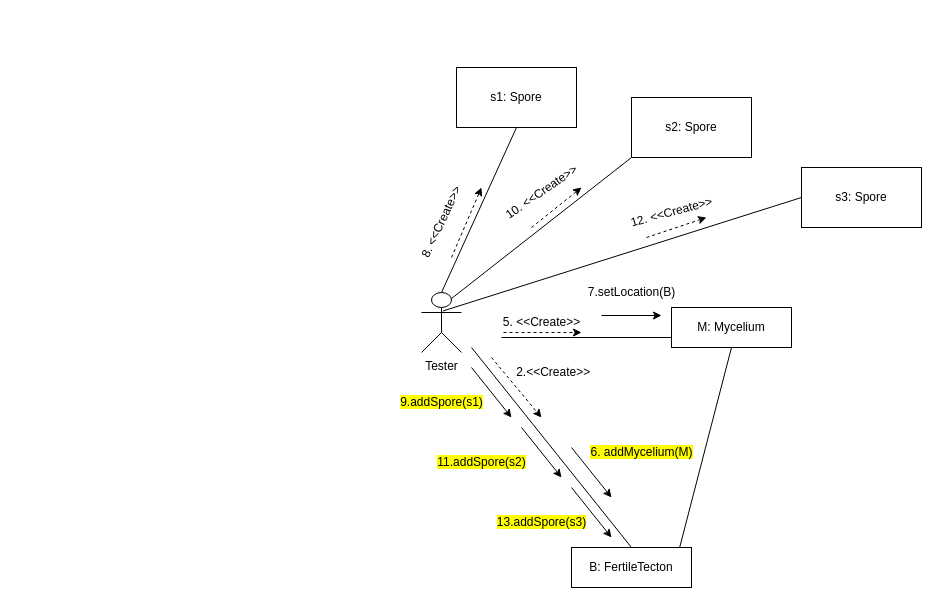
koharzsombor/bandITs keeps this draw.io diagram as page "MBGrowKomm" (10 of 24) of BJ komm. és szekv. diagrammok.drawio. Above is the earlier version. Source tidied: cells renumbered, new cells numbered last; positions are measured from the earlier drawing's top-left corner, leaving out a move shared by most shapes. Both pictures are drawn from the tidied source at 100%, with x=0, y=0 at pixel (386, 67).
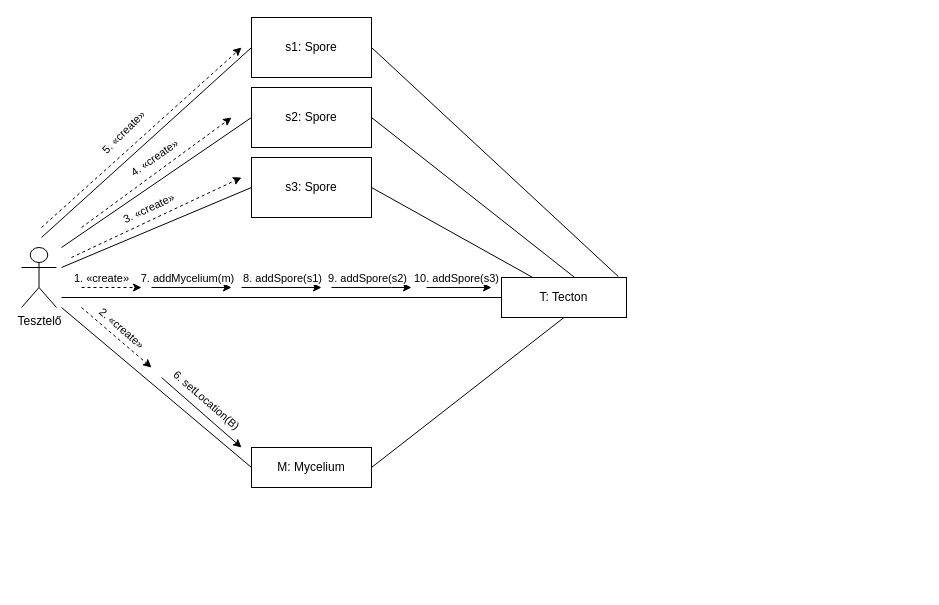
The same diagram, later.

Commit message (it also covers changes not shown here):
Szekvencia diagrammok actual legfrissebb; Komm és Szekv. diagrammok "kibővitve"

What changed in the source:
```diff
@@
-    <mxCell id="2" value="B: Fertile&lt;span style=&quot;background-color: transparent; color: light-dark(rgb(0, 0, 0), rgb(255, 255, 255));&quot;&gt;Tecton&lt;/span&gt;" style="html=1;whiteSpace=wrap;" parent="1" vertex="1">
-      <mxGeometry x="185" y="480" width="120" height="40" as="geometry" />
-    </mxCell>
+    <mxCell id="34" value="T: Tecton" style="html=1;whiteSpace=wrap;" parent="1" vertex="1">
+      <mxGeometry x="115" y="210" width="125" height="40" as="geometry" />
+    </mxCell>
     <mxCell id="3" value="M: Mycelium" style="html=1;whiteSpace=wrap;" parent="1" vertex="1">
-      <mxGeometry x="285" y="240" width="120" height="40" as="geometry" />
+      <mxGeometry x="-135" y="380" width="120" height="40" as="geometry" />
     </mxCell>
-    <mxCell id="4" style="endArrow=none;html=1;rounded=0;entryX=0.75;entryY=1;entryDx=0;entryDy=0;exitX=0.5;exitY=0;exitDx=0;exitDy=0;" parent="1" edge="1" source="2">
-      <mxGeometry relative="1" as="geometry">
-        <mxPoint x="85" y="280" as="targetPoint" />
-      </mxGeometry>
-    </mxCell>
-    <mxCell id="5" style="endArrow=none;html=1;rounded=0;entryX=1;entryY=0.75;entryDx=0;entryDy=0;exitX=0;exitY=0.75;exitDx=0;exitDy=0;" parent="1" edge="1" source="3">
-      <mxGeometry relative="1" as="geometry">
-        <mxPoint x="115" y="270" as="targetPoint" />
-      </mxGeometry>
-    </mxCell>
-    <mxCell id="6" style="endArrow=classic;html=1;rounded=0;dashed=1;" parent="1" edge="1">
-      <mxGeometry relative="1" as="geometry">
-        <mxPoint x="105" y="290" as="sourcePoint" />
-        <mxPoint x="155" y="350" as="targetPoint" />
-      </mxGeometry>
-    </mxCell>
-    <mxCell id="7" value="&amp;nbsp;2.&amp;lt;&amp;lt;Create&amp;gt;&amp;gt;" style="text;html=1;align=center;verticalAlign=middle;strokeColor=none;fillColor=none;" parent="1" vertex="1">
-      <mxGeometry x="115" y="290" width="100" height="30" as="geometry" />
-    </mxCell>
-    <mxCell id="8" style="endArrow=classic;html=1;rounded=0;dashed=1;" parent="1" edge="1">
-      <mxGeometry relative="1" as="geometry">
-        <mxPoint x="117" y="265" as="sourcePoint" />
-        <mxPoint x="195" y="265" as="targetPoint" />
-      </mxGeometry>
-    </mxCell>
-    <mxCell id="9" value="5. &amp;lt;&amp;lt;Create&amp;gt;&amp;gt;" style="text;html=1;align=center;verticalAlign=middle;strokeColor=none;fillColor=none;" parent="1" vertex="1">
-      <mxGeometry x="105" y="240" width="100" height="30" as="geometry" />
-    </mxCell>
-    <mxCell id="10" style="endArrow=none;html=1;rounded=0;exitX=0.901;exitY=0.002;exitDx=0;exitDy=0;entryX=0.5;entryY=1;entryDx=0;entryDy=0;exitPerimeter=0;" parent="1" edge="1" source="2" target="3">
-      <mxGeometry relative="1" as="geometry" />
-    </mxCell>
-    <mxCell id="11" style="endArrow=classic;html=1;rounded=0;" parent="1" edge="1">
-      <mxGeometry relative="1" as="geometry">
-        <mxPoint x="185" y="380" as="sourcePoint" />
-        <mxPoint x="225" y="430" as="targetPoint" />
-      </mxGeometry>
-    </mxCell>
-    <mxCell id="12" value="&lt;span style=&quot;background-color: light-dark(rgb(255, 255, 0), rgb(237, 237, 237));&quot;&gt;6. addMycelium(M)&lt;/span&gt;" style="text;html=1;align=center;verticalAlign=middle;strokeColor=none;fillColor=none;" parent="1" vertex="1">
-      <mxGeometry x="190" y="370" width="130" height="30" as="geometry" />
-    </mxCell>
-    <mxCell id="13" style="endArrow=classic;html=1;rounded=0;" parent="1" edge="1">
-      <mxGeometry relative="1" as="geometry">
-        <mxPoint x="215" y="248" as="sourcePoint" />
-        <mxPoint x="275" y="248" as="targetPoint" />
-      </mxGeometry>
-    </mxCell>
-    <mxCell id="14" value="7.setLocation(B)" style="text;html=1;align=center;verticalAlign=middle;strokeColor=none;fillColor=none;" parent="1" vertex="1">
-      <mxGeometry x="190" y="210" width="110" height="30" as="geometry" />
-    </mxCell>
-    <mxCell id="15" value="Tester" style="shape=umlActor;verticalLabelPosition=bottom;verticalAlign=top;html=1;" parent="1" vertex="1">
-      <mxGeometry x="35" y="225" width="40" height="60" as="geometry" />
-    </mxCell>
+    <mxCell id="35" style="endArrow=none;html=1;rounded=0;" parent="1" edge="1" source="34">
+      <mxGeometry relative="1" as="geometry">
+        <mxPoint x="-325" y="230" as="targetPoint" />
+      </mxGeometry>
+    </mxCell>
+    <mxCell id="36" style="endArrow=none;html=1;rounded=0;exitX=0;exitY=0.5;exitDx=0;exitDy=0;" parent="1" edge="1" source="3">
+      <mxGeometry relative="1" as="geometry">
+        <mxPoint x="-325" y="240" as="targetPoint" />
+      </mxGeometry>
+    </mxCell>
+    <mxCell id="37" style="endArrow=classic;html=1;rounded=0;dashed=1;" parent="1" edge="1">
+      <mxGeometry relative="1" as="geometry">
+        <mxPoint x="-305" y="220" as="sourcePoint" />
+        <mxPoint x="-245" y="220" as="targetPoint" />
+      </mxGeometry>
+    </mxCell>
+    <mxCell id="38" value="1. «create»" style="edgeLabel;html=1;align=center;verticalAlign=middle;" parent="37" vertex="1">
+      <mxGeometry x="0.44" relative="1" as="geometry">
+        <mxPoint x="-24" y="-10" as="offset" />
+      </mxGeometry>
+    </mxCell>
+    <mxCell id="39" style="endArrow=classic;html=1;rounded=0;dashed=1;" parent="1" edge="1">
+      <mxGeometry relative="1" as="geometry">
+        <mxPoint x="-305" y="240" as="sourcePoint" />
+        <mxPoint x="-235" y="300" as="targetPoint" />
+      </mxGeometry>
+    </mxCell>
+    <mxCell id="40" value="2. «create»" style="edgeLabel;html=1;align=center;verticalAlign=middle;rotation=41;" parent="39" vertex="1">
+      <mxGeometry x="0.27" y="1" relative="1" as="geometry">
+        <mxPoint x="-5" y="-17" as="offset" />
+      </mxGeometry>
+    </mxCell>
+    <mxCell id="41" style="endArrow=none;html=1;rounded=0;entryX=1;entryY=0.5;entryDx=0;entryDy=0;exitX=0.5;exitY=1;exitDx=0;exitDy=0;" parent="1" edge="1" source="34" target="3">
+      <mxGeometry relative="1" as="geometry" />
+    </mxCell>
+    <mxCell id="42" style="endArrow=classic;html=1;rounded=0;" parent="1" edge="1">
+      <mxGeometry relative="1" as="geometry">
+        <mxPoint x="-225" y="310" as="sourcePoint" />
+        <mxPoint x="-145" y="380" as="targetPoint" />
+      </mxGeometry>
+    </mxCell>
+    <mxCell id="43" value="6. setLocation(B)" style="edgeLabel;html=1;align=center;verticalAlign=middle;rotation=41;" parent="42" vertex="1">
+      <mxGeometry x="0.29" y="-1" relative="1" as="geometry">
+        <mxPoint x="-6" y="-24" as="offset" />
+      </mxGeometry>
+    </mxCell>
+    <mxCell id="44" value="Tesztelő" style="shape=umlActor;verticalLabelPosition=bottom;verticalAlign=top;html=1;" parent="1" vertex="1">
+      <mxGeometry x="-365" y="180" width="35" height="60" as="geometry" />
+    </mxCell>
     <mxCell id="16" value="s1: Spore" style="rounded=0;whiteSpace=wrap;html=1;" parent="1" vertex="1">
-      <mxGeometry x="70" width="120" height="60" as="geometry" />
+      <mxGeometry x="-135" y="-50" width="120" height="60" as="geometry" />
     </mxCell>
     <mxCell id="17" value="s2: Spore" style="rounded=0;whiteSpace=wrap;html=1;" parent="1" vertex="1">
-      <mxGeometry x="245" y="30" width="120" height="60" as="geometry" />
+      <mxGeometry x="-135" y="20" width="120" height="60" as="geometry" />
     </mxCell>
     <mxCell id="18" value="s3: Spore" style="rounded=0;whiteSpace=wrap;html=1;" parent="1" vertex="1">
-      <mxGeometry x="415" y="100" width="120" height="60" as="geometry" />
+      <mxGeometry x="-135" y="90" width="120" height="60" as="geometry" />
     </mxCell>
-    <mxCell id="19" style="endArrow=none;html=1;rounded=0;exitX=0.5;exitY=0;exitDx=0;exitDy=0;exitPerimeter=0;entryX=0.5;entryY=1;entryDx=0;entryDy=0;" parent="1" edge="1" source="15" target="16">
-      <mxGeometry relative="1" as="geometry" />
-    </mxCell>
-    <mxCell id="20" style="endArrow=none;html=1;rounded=0;exitX=0.75;exitY=0.1;exitDx=0;exitDy=0;exitPerimeter=0;entryX=0;entryY=1;entryDx=0;entryDy=0;" parent="1" edge="1" source="15" target="17">
-      <mxGeometry relative="1" as="geometry" />
-    </mxCell>
-    <mxCell id="21" style="endArrow=none;html=1;rounded=0;entryX=0;entryY=0.5;entryDx=0;entryDy=0;exitX=0.533;exitY=0.309;exitDx=0;exitDy=0;exitPerimeter=0;" parent="1" edge="1" source="15" target="18">
-      <mxGeometry relative="1" as="geometry" />
-    </mxCell>
-    <mxCell id="22" value="8. &amp;lt;&amp;lt;Create&amp;gt;&amp;gt;" style="text;html=1;align=center;verticalAlign=middle;strokeColor=none;fillColor=none;rotation=-65;" parent="1" vertex="1">
-      <mxGeometry x="5" y="140" width="100" height="30" as="geometry" />
-    </mxCell>
-    <mxCell id="23" value="10. &amp;lt;&amp;lt;Create&amp;gt;&amp;gt;" style="text;html=1;align=center;verticalAlign=middle;strokeColor=none;fillColor=none;rotation=-35;" parent="1" vertex="1">
-      <mxGeometry x="100" y="110" width="110" height="30" as="geometry" />
-    </mxCell>
-    <mxCell id="24" value="12. &amp;lt;&amp;lt;Create&amp;gt;&amp;gt;" style="text;html=1;align=center;verticalAlign=middle;strokeColor=none;fillColor=none;rotation=-15;" parent="1" vertex="1">
-      <mxGeometry x="230" y="130" width="110" height="30" as="geometry" />
-    </mxCell>
-    <mxCell id="25" style="endArrow=classic;html=1;rounded=0;" parent="1" edge="1">
-      <mxGeometry relative="1" as="geometry">
-        <mxPoint x="85" y="300" as="sourcePoint" />
-        <mxPoint x="125" y="350" as="targetPoint" />
-      </mxGeometry>
-    </mxCell>
-    <mxCell id="26" value="&lt;span style=&quot;background-color: light-dark(rgb(255, 255, 0), rgb(237, 237, 237));&quot;&gt;9.addSpore(s1)&lt;/span&gt;" style="text;html=1;align=center;verticalAlign=middle;strokeColor=none;fillColor=none;" parent="1" vertex="1">
-      <mxGeometry y="320" width="110" height="30" as="geometry" />
-    </mxCell>
-    <mxCell id="27" value="&lt;span style=&quot;background-color: light-dark(rgb(255, 255, 0), rgb(237, 237, 237));&quot;&gt;11.addSpore(s2)&lt;/span&gt;" style="text;html=1;align=center;verticalAlign=middle;strokeColor=none;fillColor=none;" parent="1" vertex="1">
-      <mxGeometry x="40" y="380" width="110" height="30" as="geometry" />
-    </mxCell>
-    <mxCell id="28" value="&lt;span style=&quot;background-color: light-dark(rgb(255, 255, 0), rgb(237, 237, 237));&quot;&gt;13.addSpore(s3)&lt;/span&gt;" style="text;html=1;align=center;verticalAlign=middle;strokeColor=none;fillColor=none;" parent="1" vertex="1">
-      <mxGeometry x="100" y="440" width="110" height="30" as="geometry" />
-    </mxCell>
-    <mxCell id="29" style="endArrow=classic;html=1;rounded=0;" parent="1" edge="1">
-      <mxGeometry relative="1" as="geometry">
-        <mxPoint x="135" y="360" as="sourcePoint" />
-        <mxPoint x="175" y="410" as="targetPoint" />
-      </mxGeometry>
-    </mxCell>
-    <mxCell id="30" style="endArrow=classic;html=1;rounded=0;" parent="1" edge="1">
-      <mxGeometry relative="1" as="geometry">
-        <mxPoint x="185" y="420" as="sourcePoint" />
-        <mxPoint x="225" y="470" as="targetPoint" />
-      </mxGeometry>
-    </mxCell>
-    <mxCell id="31" style="endArrow=classic;html=1;rounded=0;dashed=1;" parent="1" edge="1">
-      <mxGeometry relative="1" as="geometry">
-        <mxPoint x="145" y="160" as="sourcePoint" />
-        <mxPoint x="195" y="120" as="targetPoint" />
-      </mxGeometry>
-    </mxCell>
-    <mxCell id="32" style="endArrow=classic;html=1;rounded=0;dashed=1;" parent="1" edge="1">
-      <mxGeometry relative="1" as="geometry">
-        <mxPoint x="260" y="170" as="sourcePoint" />
-        <mxPoint x="320" y="150" as="targetPoint" />
-      </mxGeometry>
-    </mxCell>
-    <mxCell id="33" style="endArrow=classic;html=1;rounded=0;dashed=1;" parent="1" edge="1">
-      <mxGeometry relative="1" as="geometry">
-        <mxPoint x="65" y="190" as="sourcePoint" />
-        <mxPoint x="95" y="120" as="targetPoint" />
-      </mxGeometry>
-    </mxCell>
+    <mxCell id="45" style="endArrow=none;html=1;rounded=0;entryX=0;entryY=0.5;entryDx=0;entryDy=0;" parent="1" edge="1" target="16">
+      <mxGeometry relative="1" as="geometry">
+        <mxPoint x="-345" y="170" as="sourcePoint" />
+      </mxGeometry>
+    </mxCell>
+    <mxCell id="46" style="endArrow=none;html=1;rounded=0;entryX=0;entryY=0.5;entryDx=0;entryDy=0;" parent="1" edge="1" target="17">
+      <mxGeometry relative="1" as="geometry">
+        <mxPoint x="-325" y="180" as="sourcePoint" />
+      </mxGeometry>
+    </mxCell>
+    <mxCell id="47" style="endArrow=none;html=1;rounded=0;entryX=0;entryY=0.5;entryDx=0;entryDy=0;" parent="1" edge="1" target="18">
+      <mxGeometry relative="1" as="geometry">
+        <mxPoint x="-325" y="200" as="sourcePoint" />
+      </mxGeometry>
+    </mxCell>
+    <mxCell id="48" style="endArrow=classic;html=1;rounded=0;" parent="1" edge="1">
+      <mxGeometry relative="1" as="geometry">
+        <mxPoint x="-235" y="220" as="sourcePoint" />
+        <mxPoint x="-155" y="220" as="targetPoint" />
+      </mxGeometry>
+    </mxCell>
+    <mxCell id="49" value="7. addMycelium(m)" style="edgeLabel;html=1;align=center;verticalAlign=middle;" parent="48" vertex="1">
+      <mxGeometry x="-0.17" y="-1" relative="1" as="geometry">
+        <mxPoint x="2" y="-11" as="offset" />
+      </mxGeometry>
+    </mxCell>
+    <mxCell id="50" style="endArrow=classic;html=1;rounded=0;dashed=1;" parent="1" edge="1">
+      <mxGeometry relative="1" as="geometry">
+        <mxPoint x="-315" y="190" as="sourcePoint" />
+        <mxPoint x="-145" y="110" as="targetPoint" />
+      </mxGeometry>
+    </mxCell>
+    <mxCell id="51" value="3. «create»" style="edgeLabel;html=1;align=center;verticalAlign=middle;rotation=-25;" parent="50" vertex="1">
+      <mxGeometry x="0.42" y="-1" relative="1" as="geometry">
+        <mxPoint x="-44" y="6" as="offset" />
+      </mxGeometry>
+    </mxCell>
+    <mxCell id="52" style="endArrow=none;html=1;rounded=0;entryX=0.25;entryY=0;entryDx=0;entryDy=0;exitX=1;exitY=0.5;exitDx=0;exitDy=0;" parent="1" edge="1" source="18" target="34">
+      <mxGeometry relative="1" as="geometry" />
+    </mxCell>
+    <mxCell id="53" style="endArrow=none;html=1;rounded=0;entryX=0.587;entryY=0.003;entryDx=0;entryDy=0;exitX=1;exitY=0.5;exitDx=0;exitDy=0;entryPerimeter=0;" parent="1" edge="1" source="17" target="34">
+      <mxGeometry relative="1" as="geometry" />
+    </mxCell>
+    <mxCell id="54" style="endArrow=none;html=1;rounded=0;entryX=0.935;entryY=-0.022;entryDx=0;entryDy=0;exitX=1;exitY=0.5;exitDx=0;exitDy=0;entryPerimeter=0;" parent="1" edge="1" source="16" target="34">
+      <mxGeometry relative="1" as="geometry" />
+    </mxCell>
+    <mxCell id="55" style="endArrow=classic;html=1;rounded=0;dashed=1;" parent="1" edge="1">
+      <mxGeometry relative="1" as="geometry">
+        <mxPoint x="-305" y="160" as="sourcePoint" />
+        <mxPoint x="-155" y="50" as="targetPoint" />
+      </mxGeometry>
+    </mxCell>
+    <mxCell id="56" value="&lt;div&gt;4. «create»&lt;/div&gt;" style="edgeLabel;html=1;align=center;verticalAlign=middle;rotation=-35;" parent="55" vertex="1">
+      <mxGeometry x="0.42" y="-1" relative="1" as="geometry">
+        <mxPoint x="-35" y="8" as="offset" />
+      </mxGeometry>
+    </mxCell>
+    <mxCell id="57" style="endArrow=classic;html=1;rounded=0;dashed=1;" parent="1" edge="1">
+      <mxGeometry relative="1" as="geometry">
+        <mxPoint x="-345" y="160" as="sourcePoint" />
+        <mxPoint x="-145" y="-20" as="targetPoint" />
+      </mxGeometry>
+    </mxCell>
+    <mxCell id="58" value="&lt;div&gt;5. «create»&lt;/div&gt;" style="edgeLabel;html=1;align=center;verticalAlign=middle;rotation=-45;" parent="57" vertex="1">
+      <mxGeometry x="0.42" y="-1" relative="1" as="geometry">
+        <mxPoint x="-61" y="32" as="offset" />
+      </mxGeometry>
+    </mxCell>
+    <mxCell id="59" style="endArrow=classic;html=1;rounded=0;" parent="1" edge="1">
+      <mxGeometry relative="1" as="geometry">
+        <mxPoint x="-145" y="220" as="sourcePoint" />
+        <mxPoint x="-65" y="220" as="targetPoint" />
+      </mxGeometry>
+    </mxCell>
+    <mxCell id="60" value="8. addSpore(s1)" style="edgeLabel;html=1;align=center;verticalAlign=middle;" parent="59" vertex="1">
+      <mxGeometry x="-0.17" y="-1" relative="1" as="geometry">
+        <mxPoint x="7" y="-11" as="offset" />
+      </mxGeometry>
+    </mxCell>
+    <mxCell id="61" style="endArrow=classic;html=1;rounded=0;" parent="1" edge="1">
+      <mxGeometry relative="1" as="geometry">
+        <mxPoint x="-55" y="220" as="sourcePoint" />
+        <mxPoint x="25" y="220" as="targetPoint" />
+        <Array as="points">
+          <mxPoint x="5" y="220" />
+        </Array>
+      </mxGeometry>
+    </mxCell>
+    <mxCell id="62" value="9. addSpore(s2)" style="edgeLabel;html=1;align=center;verticalAlign=middle;" parent="61" vertex="1">
+      <mxGeometry x="-0.17" y="-1" relative="1" as="geometry">
+        <mxPoint x="2" y="-11" as="offset" />
+      </mxGeometry>
+    </mxCell>
+    <mxCell id="63" style="endArrow=classic;html=1;rounded=0;" parent="1" edge="1">
+      <mxGeometry relative="1" as="geometry">
+        <mxPoint x="40" y="220" as="sourcePoint" />
+        <mxPoint x="105" y="220" as="targetPoint" />
+      </mxGeometry>
+    </mxCell>
+    <mxCell id="64" value="10. addSpore(s3)" style="edgeLabel;html=1;align=center;verticalAlign=middle;" parent="63" vertex="1">
+      <mxGeometry x="-0.17" y="-1" relative="1" as="geometry">
+        <mxPoint x="2" y="-11" as="offset" />
+      </mxGeometry>
+    </mxCell>
```
